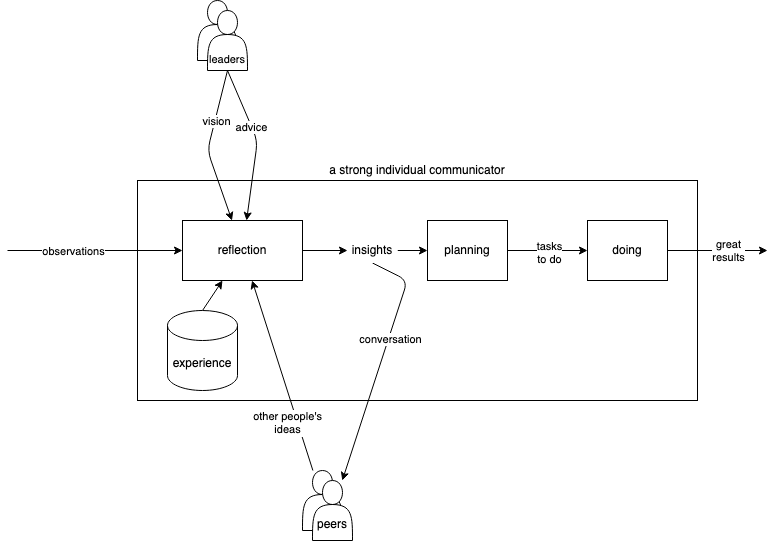
This is src/assets/blog/the-natural-micromanager/individual-contributor.png from alexanderbird/alexanderbird.software, a draw.io export, as it was before one commit. Source tidied: cells renumbered, new cells last; positions are measured from the earlier drawing's top-left corner, leaving out a move shared by most shapes. Its diagram source:
```xml
<mxGraphModel>
  <root>
    <mxCell id="0" />
    <mxCell id="1" parent="0" />
    <mxCell id="2" value="&lt;div&gt;&lt;br&gt;&lt;/div&gt;" style="shape=actor;whiteSpace=wrap;html=1;" parent="1" vertex="1">
      <mxGeometry x="190" width="40" height="60" as="geometry" />
    </mxCell>
    <mxCell id="3" value="a strong individual communicator" style="rounded=0;whiteSpace=wrap;html=1;horizontal=1;labelPosition=center;verticalLabelPosition=top;align=center;verticalAlign=bottom;" parent="1" vertex="1">
      <mxGeometry x="130" y="180" width="560" height="220" as="geometry" />
    </mxCell>
    <mxCell id="4" style="edgeStyle=none;rounded=0;jettySize=auto;html=1;exitX=0.5;exitY=0;exitDx=0;exitDy=0;exitPerimeter=0;" parent="1" edge="1" source="5" target="13">
      <mxGeometry relative="1" as="geometry" />
    </mxCell>
    <mxCell id="5" value="experience" style="shape=cylinder3;whiteSpace=wrap;html=1;boundedLbl=1;backgroundOutline=1;size=15;" parent="1" vertex="1">
      <mxGeometry x="160" y="310" width="70" height="80" as="geometry" />
    </mxCell>
    <mxCell id="6" style="edgeStyle=none;rounded=0;jettySize=auto;html=1;" parent="1" edge="1" source="8" target="13">
      <mxGeometry relative="1" as="geometry" />
    </mxCell>
    <mxCell id="7" value="&lt;div&gt;other people's&lt;/div&gt;&lt;div&gt;ideas&lt;br&gt;&lt;/div&gt;" style="edgeLabel;html=1;align=center;verticalAlign=middle;" parent="6" vertex="1">
      <mxGeometry x="-0.38" relative="1" as="geometry">
        <mxPoint x="-7" y="12" as="offset" />
      </mxGeometry>
    </mxCell>
    <mxCell id="8" value="&lt;div&gt;&lt;br&gt;&lt;/div&gt;" style="shape=actor;whiteSpace=wrap;html=1;" parent="1" vertex="1">
      <mxGeometry x="295" y="470" width="40" height="60" as="geometry" />
    </mxCell>
    <mxCell id="9" value="&lt;div&gt;&lt;br&gt;&lt;/div&gt;&lt;div&gt;&lt;br&gt;&lt;/div&gt;&lt;div&gt;peers&lt;/div&gt;" style="shape=actor;whiteSpace=wrap;html=1;" parent="1" vertex="1">
      <mxGeometry x="305" y="480" width="40" height="60" as="geometry" />
    </mxCell>
    <mxCell id="10" style="endArrow=classic;html=1;rounded=0;" parent="1" edge="1" target="13">
      <mxGeometry relative="1" as="geometry">
        <mxPoint y="250" as="sourcePoint" />
      </mxGeometry>
    </mxCell>
    <mxCell id="11" value="observations" style="edgeLabel;html=1;align=center;verticalAlign=middle;" parent="10" vertex="1">
      <mxGeometry x="-0.5" relative="1" as="geometry">
        <mxPoint x="21" as="offset" />
      </mxGeometry>
    </mxCell>
    <mxCell id="12" style="edgeStyle=orthogonalEdgeStyle;rounded=0;jettySize=auto;html=1;exitX=1;exitY=0.5;exitDx=0;exitDy=0;" parent="1" edge="1" source="13" target="17">
      <mxGeometry relative="1" as="geometry" />
    </mxCell>
    <mxCell id="13" value="&lt;div&gt;reflection&lt;br&gt;&lt;/div&gt;" style="rounded=0;whiteSpace=wrap;html=1;" parent="1" vertex="1">
      <mxGeometry x="175" y="220" width="120" height="60" as="geometry" />
    </mxCell>
    <mxCell id="14" style="rounded=1;jettySize=auto;html=1;exitX=0.5;exitY=1;exitDx=0;exitDy=0;" parent="1" edge="1" source="17" target="9">
      <mxGeometry relative="1" as="geometry">
        <Array as="points">
          <mxPoint x="400" y="280" />
        </Array>
      </mxGeometry>
    </mxCell>
    <mxCell id="15" value="conversation" style="edgeLabel;html=1;align=center;verticalAlign=middle;" parent="14" vertex="1">
      <mxGeometry x="-0.2" y="1" relative="1" as="geometry" />
    </mxCell>
    <mxCell id="16" style="edgeStyle=none;rounded=0;jettySize=auto;html=1;exitX=1;exitY=0.5;exitDx=0;exitDy=0;" parent="1" edge="1" source="17" target="20">
      <mxGeometry relative="1" as="geometry" />
    </mxCell>
    <mxCell id="17" value="insights" style="ellipse;whiteSpace=wrap;html=1;strokeColor=none;" parent="1" vertex="1">
      <mxGeometry x="340" y="237.5" width="50" height="25" as="geometry" />
    </mxCell>
    <mxCell id="18" style="edgeStyle=none;rounded=0;jettySize=auto;html=1;exitX=1;exitY=0.5;exitDx=0;exitDy=0;fontSize=11;" parent="1" edge="1" source="20" target="28">
      <mxGeometry relative="1" as="geometry" />
    </mxCell>
    <mxCell id="19" value="&lt;div&gt;tasks&lt;/div&gt;&lt;div&gt;to do&lt;br&gt;&lt;/div&gt;" style="edgeLabel;html=1;align=center;verticalAlign=middle;fontSize=11;" parent="18" vertex="1">
      <mxGeometry x="0.02" y="-2" relative="1" as="geometry" />
    </mxCell>
    <mxCell id="20" value="&lt;div&gt;planning&lt;br&gt;&lt;/div&gt;" style="rounded=0;whiteSpace=wrap;html=1;" parent="1" vertex="1">
      <mxGeometry x="420" y="220" width="80" height="60" as="geometry" />
    </mxCell>
    <mxCell id="21" style="edgeStyle=none;rounded=1;jettySize=auto;html=1;exitX=0.5;exitY=1;exitDx=0;exitDy=0;fontSize=11;" parent="1" edge="1" source="25" target="13">
      <mxGeometry relative="1" as="geometry">
        <Array as="points">
          <mxPoint x="200" y="150" />
        </Array>
      </mxGeometry>
    </mxCell>
    <mxCell id="22" value="vision" style="edgeLabel;html=1;align=center;verticalAlign=middle;fontSize=11;" parent="21" vertex="1">
      <mxGeometry x="-0.33" y="1" relative="1" as="geometry" />
    </mxCell>
    <mxCell id="23" style="edgeStyle=none;rounded=1;jettySize=auto;html=1;exitX=0.5;exitY=1;exitDx=0;exitDy=0;fontSize=11;" parent="1" edge="1" source="25" target="13">
      <mxGeometry relative="1" as="geometry">
        <Array as="points">
          <mxPoint x="250" y="140" />
        </Array>
      </mxGeometry>
    </mxCell>
    <mxCell id="24" value="advice" style="edgeLabel;html=1;align=center;verticalAlign=middle;fontSize=11;" parent="23" vertex="1">
      <mxGeometry x="-0.23" y="-1" relative="1" as="geometry" />
    </mxCell>
    <mxCell id="25" value="&lt;div style=&quot;font-size: 11px;&quot;&gt;&lt;br style=&quot;font-size: 11px;&quot;&gt;&lt;/div&gt;&lt;div style=&quot;font-size: 11px;&quot;&gt;&lt;br style=&quot;font-size: 11px;&quot;&gt;&lt;/div&gt;&lt;div style=&quot;font-size: 11px;&quot;&gt;&lt;br style=&quot;font-size: 11px;&quot;&gt;&lt;/div&gt;&lt;div style=&quot;font-size: 11px;&quot;&gt;leaders&lt;/div&gt;" style="shape=actor;whiteSpace=wrap;html=1;fontSize=11;" parent="1" vertex="1">
      <mxGeometry x="200" y="10" width="40" height="60" as="geometry" />
    </mxCell>
    <mxCell id="26" style="edgeStyle=none;rounded=0;jettySize=auto;html=1;exitX=1;exitY=0.5;exitDx=0;exitDy=0;fontSize=11;" parent="1" edge="1" source="28">
      <mxGeometry relative="1" as="geometry">
        <mxPoint x="760" y="250" as="targetPoint" />
      </mxGeometry>
    </mxCell>
    <mxCell id="27" value="&lt;div&gt;great&lt;/div&gt;&lt;div&gt;results&lt;br&gt;&lt;/div&gt;" style="edgeLabel;html=1;align=center;verticalAlign=middle;fontSize=11;" parent="26" vertex="1">
      <mxGeometry x="0.39" y="-2" relative="1" as="geometry">
        <mxPoint x="-9" y="-2" as="offset" />
      </mxGeometry>
    </mxCell>
    <mxCell id="28" value="doing" style="rounded=0;whiteSpace=wrap;html=1;" parent="1" vertex="1">
      <mxGeometry x="580" y="220" width="80" height="60" as="geometry" />
    </mxCell>
  </root>
</mxGraphModel>
```
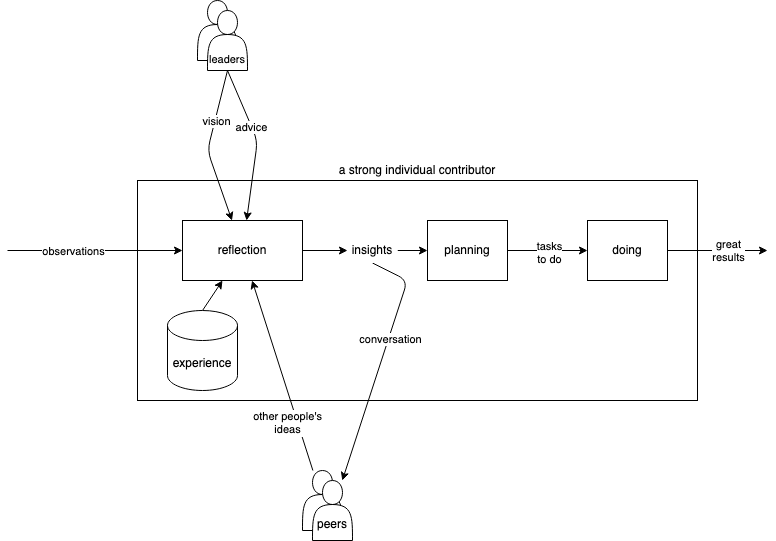
The same diagram one commit later.

Commit message:
Fix typo in the 'individual contributor' diagram for the natural micromanager

Change to the diagram source:
```diff
@@ -5,7 +5,7 @@
     <mxCell id="2" value="&lt;div&gt;&lt;br&gt;&lt;/div&gt;" style="shape=actor;whiteSpace=wrap;html=1;" parent="1" vertex="1">
       <mxGeometry x="190" width="40" height="60" as="geometry" />
     </mxCell>
-    <mxCell id="3" value="a strong individual communicator" style="rounded=0;whiteSpace=wrap;html=1;horizontal=1;labelPosition=center;verticalLabelPosition=top;align=center;verticalAlign=bottom;" parent="1" vertex="1">
+    <mxCell id="3" value="a strong individual contributor" style="rounded=0;whiteSpace=wrap;html=1;horizontal=1;labelPosition=center;verticalLabelPosition=top;align=center;verticalAlign=bottom;" parent="1" vertex="1">
       <mxGeometry x="130" y="180" width="560" height="220" as="geometry" />
     </mxCell>
     <mxCell id="4" style="edgeStyle=none;rounded=0;jettySize=auto;html=1;exitX=0.5;exitY=0;exitDx=0;exitDy=0;exitPerimeter=0;" parent="1" edge="1" source="5" target="13">
```
